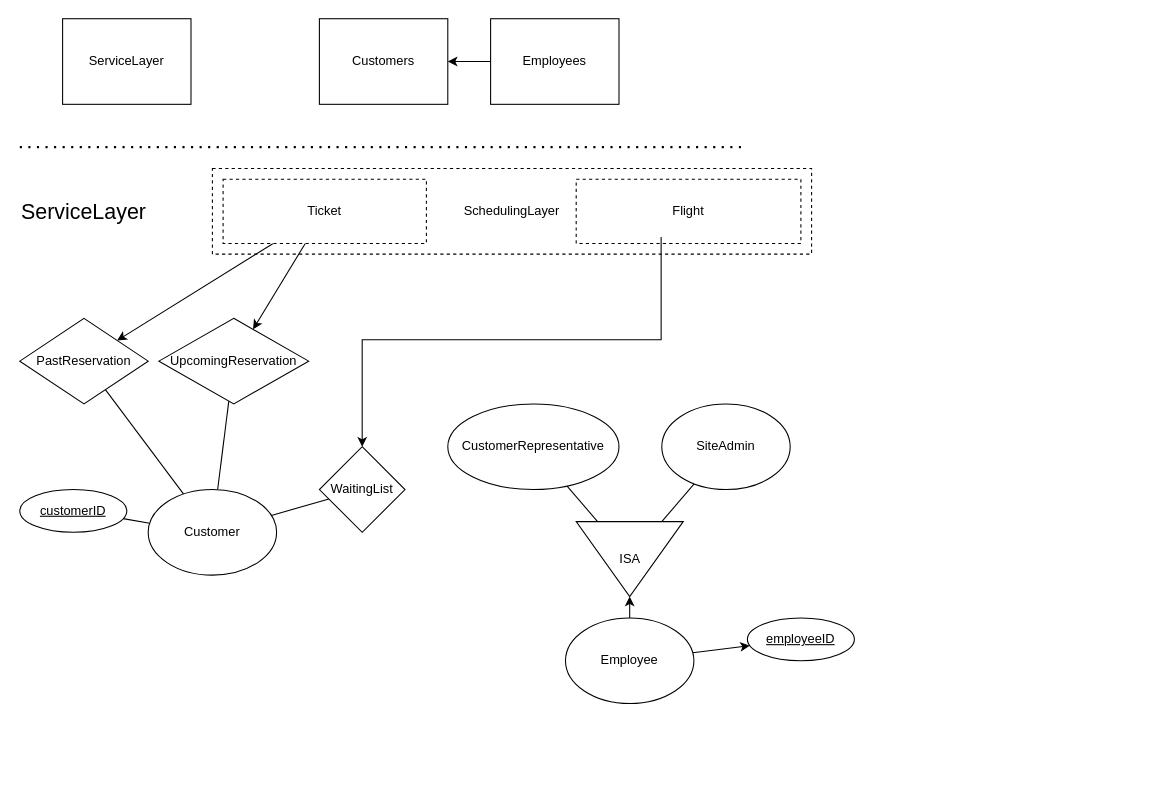
Earlier version of the draw.io diagram page "ServiceLayer" (5 of 7) of ERDiagram.drawio (kyle4036/DatabaseManagement2026Project1). Source tidied: cells renumbered, new cells numbered last; positions are measured from the earlier drawing's top-left corner, leaving out a move shared by most shapes. Both pictures are drawn from the tidied source at 107%, with x=0, y=0 at pixel (19, 18).
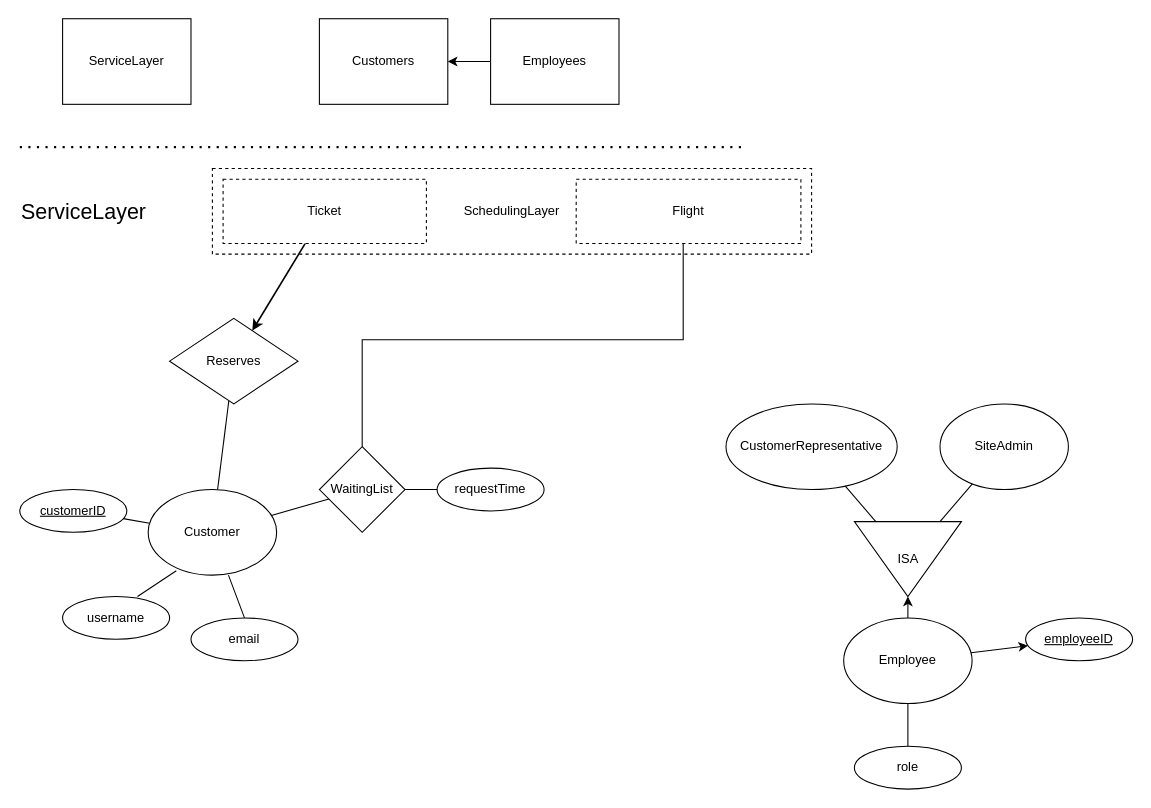
The same diagram, later.

The change refers to these unchanged cells:
```xml
<mxCell id="12" value="Customer" style="ellipse;whiteSpace=wrap;html=1;" parent="1" vertex="1">
  <mxGeometry x="120" y="440" width="120" height="80" as="geometry" />
</mxCell>
<mxCell id="29" value="Ticket" style="rounded=0;whiteSpace=wrap;html=1;dashed=1;" parent="1" vertex="1">
  <mxGeometry x="190" y="150" width="190" height="60" as="geometry" />
</mxCell>
<mxCell id="30" value="WaitingList" style="rhombus;whiteSpace=wrap;html=1;" parent="1" vertex="1">
  <mxGeometry x="280" y="400" width="80" height="80" as="geometry" />
</mxCell>
<mxCell id="31" value="Flight" style="rounded=0;whiteSpace=wrap;html=1;dashed=1;" parent="1" vertex="1">
  <mxGeometry x="520" y="150" width="210" height="60" as="geometry" />
</mxCell>
```

What changed in the source:
```diff
@@
-    <mxCell id="10" style="rounded=0;jettySize=auto;html=1;endArrow=none;endFill=0;" parent="1" edge="1" source="12" target="28">
-      <mxGeometry relative="1" as="geometry" />
-    </mxCell>
@@
     <mxCell id="14" value="Employee" style="ellipse;whiteSpace=wrap;html=1;" parent="1" vertex="1">
-      <mxGeometry x="510" y="560" width="120" height="80" as="geometry" />
+      <mxGeometry x="770" y="560" width="120" height="80" as="geometry" />
     </mxCell>
     <mxCell id="15" value="CustomerRepresentative" style="ellipse;whiteSpace=wrap;html=1;" parent="1" vertex="1">
-      <mxGeometry x="400" y="360" width="160" height="80" as="geometry" />
+      <mxGeometry x="660" y="360" width="160" height="80" as="geometry" />
     </mxCell>
     <mxCell id="16" value="SiteAdmin" style="ellipse;whiteSpace=wrap;html=1;" parent="1" vertex="1">
-      <mxGeometry x="600" y="360" width="120" height="80" as="geometry" />
+      <mxGeometry x="860" y="360" width="120" height="80" as="geometry" />
     </mxCell>
@@
     <mxCell id="18" style="group;" parent="1" vertex="1">
-      <mxGeometry x="520" y="470" width="100" height="70" as="geometry" />
+      <mxGeometry x="780" y="470" width="100" height="70" as="geometry" />
     </mxCell>
@@
-    <mxCell id="25" style="rounded=0;jettySize=auto;html=1;endArrow=none;endFill=0;startArrow=classic;startFill=1;" parent="1" edge="1" source="26" target="29">
+    <mxCell id="25" style="rounded=0;jettySize=auto;html=1;endArrow=none;endFill=0;startArrow=classic;startFill=1;fontStyle=0;startSize=6;endSize=6;strokeWidth=1.5;" parent="1" edge="1" source="26" target="29">
       <mxGeometry relative="1" as="geometry" />
     </mxCell>
-    <mxCell id="26" value="PastReservation" style="rhombus;whiteSpace=wrap;html=1;" parent="1" vertex="1">
-      <mxGeometry y="280" width="120" height="80" as="geometry" />
+    <mxCell id="26" value="Reserves" style="rhombus;whiteSpace=wrap;html=1;" parent="1" vertex="1">
+      <mxGeometry x="140" y="280" width="120" height="80" as="geometry" />
     </mxCell>
-    <mxCell id="27" style="rounded=0;jettySize=auto;html=1;endArrow=none;endFill=0;startArrow=classic;startFill=1;" parent="1" edge="1" source="28" target="29">
-      <mxGeometry relative="1" as="geometry" />
-    </mxCell>
-    <mxCell id="28" value="Upcoming&lt;span style=&quot;background-color: transparent; color: light-dark(rgb(0, 0, 0), rgb(255, 255, 255));&quot;&gt;Reservation&lt;/span&gt;" style="rhombus;whiteSpace=wrap;html=1;" parent="1" vertex="1">
-      <mxGeometry x="130" y="280" width="140" height="80" as="geometry" />
-    </mxCell>
@@
-    <mxCell id="32" style="edgeStyle=orthogonalEdgeStyle;rounded=0;jettySize=auto;html=1;entryX=0.378;entryY=0.9;entryDx=0;entryDy=0;entryPerimeter=0;endArrow=none;endFill=0;startArrow=classic;startFill=1;" parent="1" edge="1" source="30" target="31">
+    <mxCell id="32" style="edgeStyle=orthogonalEdgeStyle;rounded=0;jettySize=auto;html=1;endArrow=none;endFill=0;startArrow=none;startFill=0;" parent="1" edge="1" source="30">
       <mxGeometry relative="1" as="geometry">
+        <mxPoint x="620" y="210" as="targetPoint" />
         <Array as="points">
           <mxPoint x="320" y="300" />
-          <mxPoint x="599" y="300" />
+          <mxPoint x="620" y="300" />
+          <mxPoint x="620" y="210" />
         </Array>
       </mxGeometry>
     </mxCell>
     <mxCell id="33" value="employeeID" style="ellipse;whiteSpace=wrap;html=1;align=center;fontStyle=4;" parent="1" vertex="1">
-      <mxGeometry x="680" y="560" width="100" height="40" as="geometry" />
+      <mxGeometry x="940" y="560" width="100" height="40" as="geometry" />
     </mxCell>
+    <mxCell id="34" value="email" style="ellipse;whiteSpace=wrap;html=1;align=center;fontStyle=0;" parent="1" vertex="1">
+      <mxGeometry x="160" y="560" width="100" height="40" as="geometry" />
+    </mxCell>
+    <mxCell id="35" value="username" style="ellipse;whiteSpace=wrap;html=1;align=center;fontStyle=0;" parent="1" vertex="1">
+      <mxGeometry x="40" y="540" width="100" height="40" as="geometry" />
+    </mxCell>
+    <mxCell id="36" style="rounded=0;jettySize=auto;html=1;endArrow=none;endFill=0;exitX=0.219;exitY=0.949;exitDx=0;exitDy=0;exitPerimeter=0;entryX=0.7;entryY=0;entryDx=0;entryDy=0;entryPerimeter=0;" parent="1" edge="1" source="12" target="35">
+      <mxGeometry relative="1" as="geometry" />
+    </mxCell>
+    <mxCell id="37" style="rounded=0;jettySize=auto;html=1;endArrow=none;endFill=0;exitX=0.5;exitY=0;exitDx=0;exitDy=0;" parent="1" edge="1" source="34">
+      <mxGeometry relative="1" as="geometry">
+        <mxPoint x="195" y="520" as="targetPoint" />
+      </mxGeometry>
+    </mxCell>
+    <mxCell id="38" value="requestTime" style="ellipse;whiteSpace=wrap;html=1;align=center;fontStyle=0;" parent="1" vertex="1">
+      <mxGeometry x="390" y="420" width="100" height="40" as="geometry" />
+    </mxCell>
+    <mxCell id="39" style="rounded=0;jettySize=auto;html=1;endArrow=none;endFill=0;exitX=1;exitY=0.5;exitDx=0;exitDy=0;entryX=0;entryY=0.5;entryDx=0;entryDy=0;" parent="1" edge="1" source="30" target="38">
+      <mxGeometry relative="1" as="geometry" />
+    </mxCell>
+    <mxCell id="40" value="role" style="ellipse;whiteSpace=wrap;html=1;align=center;fontStyle=0;" parent="1" vertex="1">
+      <mxGeometry x="780" y="680" width="100" height="40" as="geometry" />
+    </mxCell>
+    <mxCell id="41" style="rounded=0;jettySize=auto;html=1;endArrow=none;endFill=0;exitX=0.5;exitY=0;exitDx=0;exitDy=0;entryX=0.5;entryY=1;entryDx=0;entryDy=0;" parent="1" edge="1" source="40" target="14">
+      <mxGeometry relative="1" as="geometry" />
+    </mxCell>
```
